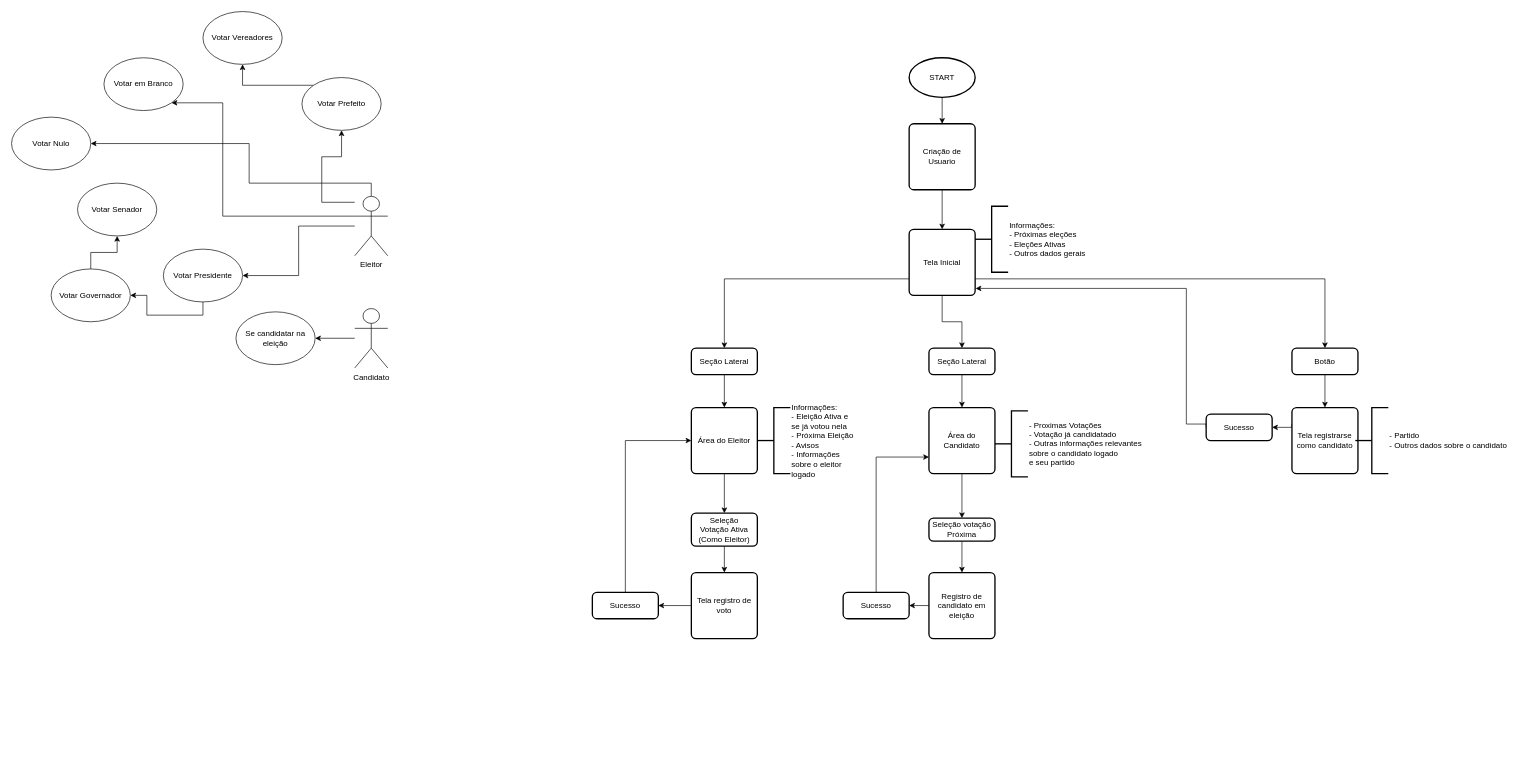
The draw.io diagram docs/fluxograma_site.drawio in Junior-Rosa/urna-eletronica, before the edit. Source tidied: cells renumbered, new cells numbered last; positions are measured from the earlier drawing's top-left corner, leaving out a move shared by most shapes. Both pictures are drawn from the tidied source at 66%, with x=0, y=0 at pixel (11, 11).
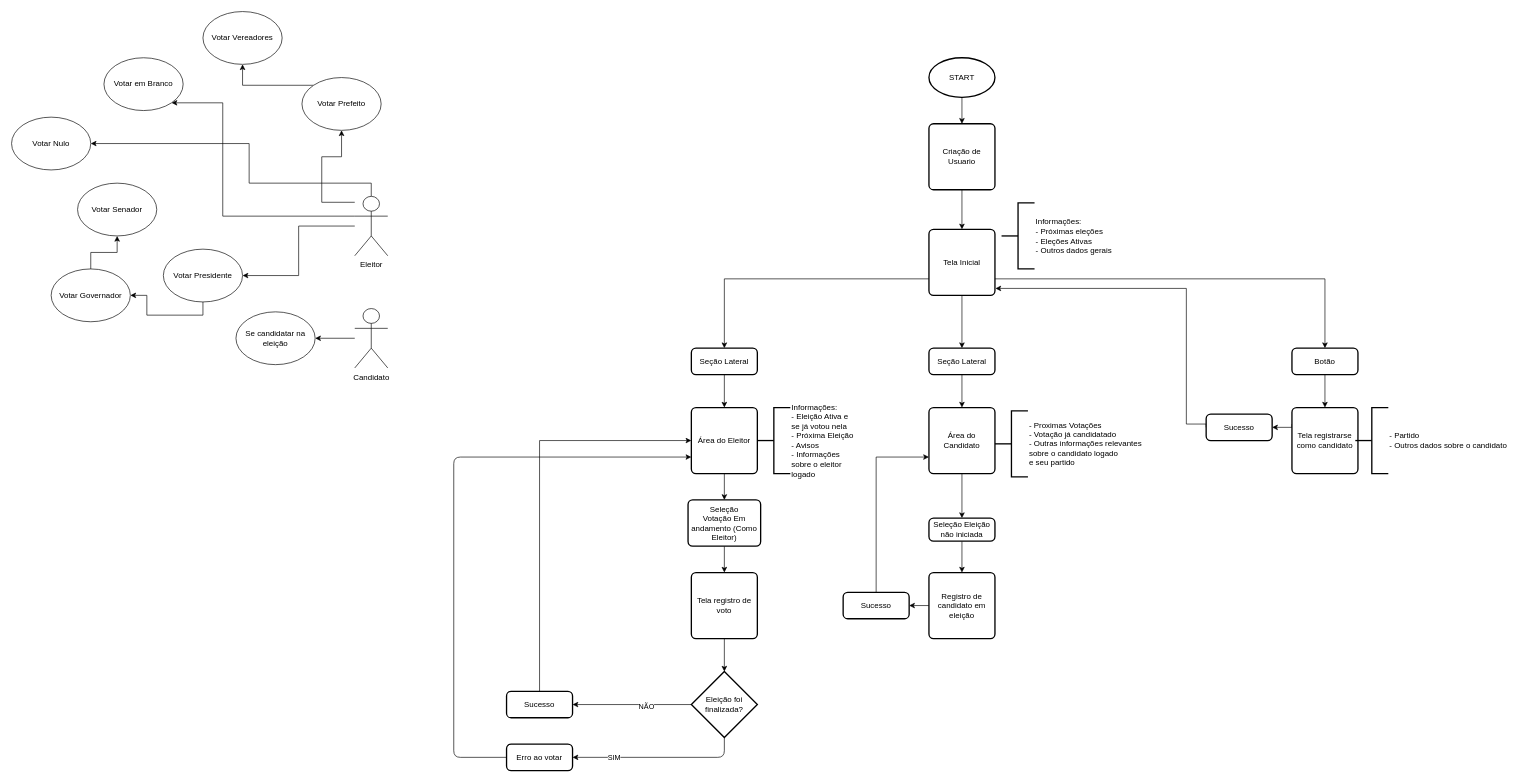
The same page after the edit.

The change refers to these unchanged cells:
```xml
<mxCell id="31" value="Tela registro de voto" style="rounded=1;whiteSpace=wrap;html=1;absoluteArcSize=1;arcSize=14;strokeWidth=2;" parent="1" vertex="1">
  <mxGeometry x="1030" y="850" width="100" height="100" as="geometry" />
</mxCell>
<mxCell id="33" value="Área do Eleitor" style="rounded=1;whiteSpace=wrap;html=1;absoluteArcSize=1;arcSize=14;strokeWidth=2;" parent="1" vertex="1">
  <mxGeometry x="1030" y="600" width="100" height="100" as="geometry" />
</mxCell>
```

What changed in the source:
```diff
@@
-    <mxCell id="2" style="edgeStyle=orthogonalEdgeStyle;rounded=0;jettySize=auto;html=1;entryX=0.5;entryY=0;entryDx=0;entryDy=0;" parent="1" edge="1" source="3">
-      <mxGeometry relative="1" as="geometry">
-        <mxPoint x="1410" y="170" as="targetPoint" />
-      </mxGeometry>
+    <mxCell id="2" style="edgeStyle=orthogonalEdgeStyle;rounded=0;jettySize=auto;html=1;entryX=0.5;entryY=0;entryDx=0;entryDy=0;" parent="1" edge="1" source="3" target="22">
+      <mxGeometry relative="1" as="geometry" />
     </mxCell>
     <mxCell id="3" value="START" style="strokeWidth=2;html=1;shape=mxgraph.flowchart.start_1;whiteSpace=wrap;" parent="1" vertex="1">
-      <mxGeometry x="1360" y="70" width="100" height="60" as="geometry" />
+      <mxGeometry x="1390" y="70" width="100" height="60" as="geometry" />
     </mxCell>
@@
     <mxCell id="22" value="Criação de Usuario" style="rounded=1;whiteSpace=wrap;html=1;absoluteArcSize=1;arcSize=14;strokeWidth=2;" parent="1" vertex="1">
-      <mxGeometry x="1360" y="170" width="100" height="100" as="geometry" />
+      <mxGeometry x="1390" y="170" width="100" height="100" as="geometry" />
     </mxCell>
@@
     <mxCell id="27" value="Tela Inicial" style="rounded=1;whiteSpace=wrap;html=1;absoluteArcSize=1;arcSize=14;strokeWidth=2;" parent="1" vertex="1">
-      <mxGeometry x="1360" y="330" width="100" height="100" as="geometry" />
+      <mxGeometry x="1390" y="330" width="100" height="100" as="geometry" />
     </mxCell>
@@
-    <mxCell id="29" value="Seleção&lt;br&gt;Votação Ativa (Como Eleitor)" style="rounded=1;whiteSpace=wrap;html=1;absoluteArcSize=1;arcSize=14;strokeWidth=2;" parent="1" vertex="1">
-      <mxGeometry x="1030" y="760" width="100" height="50" as="geometry" />
+    <mxCell id="29" value="Seleção&lt;br&gt;Votação Em andamento (Como Eleitor)" style="rounded=1;whiteSpace=wrap;html=1;absoluteArcSize=1;arcSize=14;strokeWidth=2;" parent="1" vertex="1">
+      <mxGeometry x="1025" y="740" width="110" height="70" as="geometry" />
     </mxCell>
-    <mxCell id="30" style="edgeStyle=orthogonalEdgeStyle;rounded=0;jettySize=auto;html=1;exitX=0;exitY=0.5;exitDx=0;exitDy=0;entryX=1;entryY=0.5;entryDx=0;entryDy=0;" parent="1" edge="1" source="31" target="50">
-      <mxGeometry relative="1" as="geometry" />
-    </mxCell>
+    <mxCell id="58" style="edgeStyle=none;html=1;" parent="1" edge="1" source="31" target="63">
+      <mxGeometry relative="1" as="geometry" />
+    </mxCell>
@@
     <mxCell id="44" value="Informações:&lt;br&gt;- Próximas eleções&lt;br&gt;- Eleções Ativas&lt;br&gt;- Outros dados gerais" style="strokeWidth=2;html=1;shape=mxgraph.flowchart.annotation_2;align=left;labelPosition=right;" parent="1" vertex="1">
-      <mxGeometry x="1460" y="295" width="50" height="100" as="geometry" />
+      <mxGeometry x="1500" y="290" width="50" height="100" as="geometry" />
     </mxCell>
@@
     <mxCell id="50" value="Sucesso" style="rounded=1;whiteSpace=wrap;html=1;absoluteArcSize=1;arcSize=14;strokeWidth=2;" parent="1" vertex="1">
-      <mxGeometry x="880" y="880" width="100" height="40" as="geometry" />
+      <mxGeometry x="750" y="1030" width="100" height="40" as="geometry" />
     </mxCell>
@@
-    <mxCell id="53" value="Seleção votação&lt;br&gt;Próxima" style="rounded=1;whiteSpace=wrap;html=1;absoluteArcSize=1;arcSize=14;strokeWidth=2;" parent="1" vertex="1">
+    <mxCell id="53" value="Seleção Eleição não iniciada" style="rounded=1;whiteSpace=wrap;html=1;absoluteArcSize=1;arcSize=14;strokeWidth=2;" parent="1" vertex="1">
       <mxGeometry x="1390" y="767.5" width="100" height="35" as="geometry" />
     </mxCell>
@@
+    <mxCell id="59" style="edgeStyle=none;html=1;entryX=1;entryY=0.5;entryDx=0;entryDy=0;" parent="1" edge="1" source="63" target="50">
+      <mxGeometry relative="1" as="geometry" />
+    </mxCell>
+    <mxCell id="60" value="NÃO" style="edgeLabel;html=1;align=center;verticalAlign=middle;" parent="59" vertex="1">
+      <mxGeometry x="-0.23" y="2" relative="1" as="geometry" />
+    </mxCell>
+    <mxCell id="61" style="edgeStyle=none;html=1;" parent="1" edge="1" source="63" target="65">
+      <mxGeometry relative="1" as="geometry">
+        <Array as="points">
+          <mxPoint x="1080" y="1130" />
+        </Array>
+      </mxGeometry>
+    </mxCell>
+    <mxCell id="62" value="SIM" style="edgeLabel;html=1;align=center;verticalAlign=middle;" parent="61" vertex="1">
+      <mxGeometry x="0.52" relative="1" as="geometry" />
+    </mxCell>
+    <mxCell id="63" value="Eleição foi finalizada?" style="strokeWidth=2;html=1;shape=mxgraph.flowchart.decision;whiteSpace=wrap;" parent="1" vertex="1">
+      <mxGeometry x="1030" y="1000" width="100" height="100" as="geometry" />
+    </mxCell>
+    <mxCell id="64" style="edgeStyle=none;html=1;entryX=0;entryY=0.75;entryDx=0;entryDy=0;" parent="1" edge="1" source="65" target="33">
+      <mxGeometry relative="1" as="geometry">
+        <Array as="points">
+          <mxPoint x="670" y="1130" />
+          <mxPoint x="670" y="675" />
+        </Array>
+      </mxGeometry>
+    </mxCell>
+    <mxCell id="65" value="Erro ao votar" style="rounded=1;whiteSpace=wrap;html=1;absoluteArcSize=1;arcSize=14;strokeWidth=2;" parent="1" vertex="1">
+      <mxGeometry x="750" y="1110" width="100" height="40" as="geometry" />
+    </mxCell>
```
